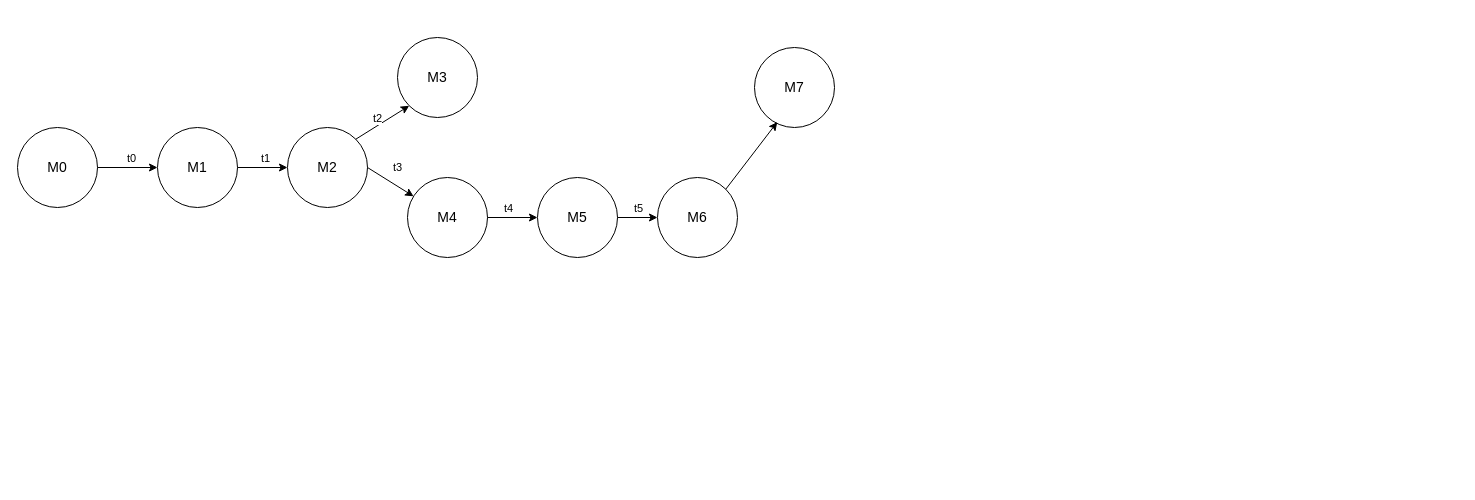
Before: Milestone 2 Erreichbarkeitsgraph.drawio in ALADIN847/ALADIN847, a draw.io diagram. Source tidied: cells renumbered, new cells numbered last; positions are measured from the earlier drawing's top-left corner, leaving out a move shared by most shapes. Both pictures are drawn from the tidied source at 100%, with x=0, y=0 at pixel (17, 37).
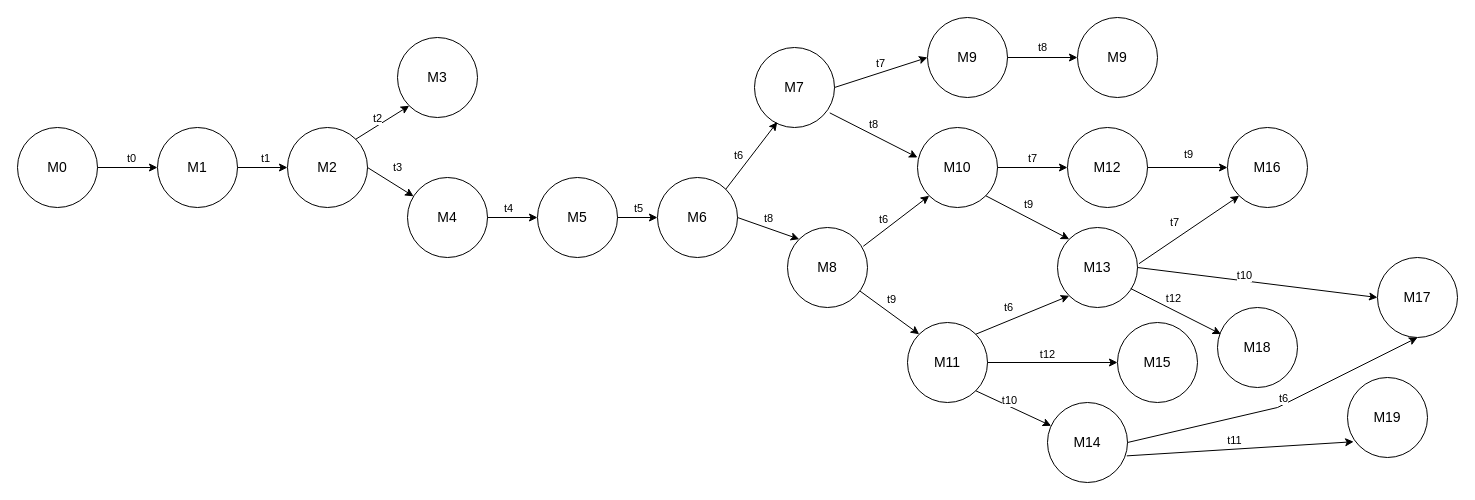
After the change.

Unchanged cells that the change refers to:
```xml
<mxCell id="18" value="&lt;font style=&quot;font-size: 14px;&quot;&gt;M6&lt;/font&gt;" style="ellipse;whiteSpace=wrap;html=1;" parent="1" vertex="1">
  <mxGeometry x="640" y="140" width="80" height="80" as="geometry" />
</mxCell>
<mxCell id="21" value="&lt;font style=&quot;font-size: 14px;&quot;&gt;M7&lt;/font&gt;" style="ellipse;whiteSpace=wrap;html=1;" parent="1" vertex="1">
  <mxGeometry x="737" y="10" width="80" height="80" as="geometry" />
</mxCell>
<mxCell id="22" style="endArrow=classic;html=1;rounded=0;exitX=1;exitY=0;exitDx=0;exitDy=0;entryX=0.284;entryY=0.933;entryDx=0;entryDy=0;entryPerimeter=0;" parent="1" edge="1" source="18" target="21">
  <mxGeometry relative="1" as="geometry" />
</mxCell>
```

Change to the diagram source:
```diff
@@
+    <mxCell id="23" value="t6" style="edgeLabel;html=1;align=center;verticalAlign=middle;" parent="22" vertex="1">
+      <mxGeometry y="2" relative="1" as="geometry">
+        <mxPoint x="-12" as="offset" />
+      </mxGeometry>
+    </mxCell>
+    <mxCell id="24" value="&lt;font style=&quot;font-size: 14px;&quot;&gt;M8&lt;/font&gt;" style="ellipse;whiteSpace=wrap;html=1;" parent="1" vertex="1">
+      <mxGeometry x="770" y="190" width="80" height="80" as="geometry" />
+    </mxCell>
+    <mxCell id="25" style="endArrow=classic;html=1;rounded=0;exitX=1;exitY=0.5;exitDx=0;exitDy=0;entryX=0;entryY=0;entryDx=0;entryDy=0;" parent="1" edge="1" source="18" target="24">
+      <mxGeometry relative="1" as="geometry" />
+    </mxCell>
+    <mxCell id="26" value="t8" style="edgeLabel;html=1;align=center;verticalAlign=middle;" parent="25" vertex="1">
+      <mxGeometry y="2" relative="1" as="geometry">
+        <mxPoint x="-1" y="-9" as="offset" />
+      </mxGeometry>
+    </mxCell>
+    <mxCell id="27" value="&lt;font style=&quot;font-size: 14px;&quot;&gt;M9&lt;/font&gt;" style="ellipse;whiteSpace=wrap;html=1;" parent="1" vertex="1">
+      <mxGeometry x="910" y="-20" width="80" height="80" as="geometry" />
+    </mxCell>
+    <mxCell id="28" style="endArrow=classic;html=1;rounded=0;exitX=1;exitY=0.5;exitDx=0;exitDy=0;entryX=0;entryY=0.5;entryDx=0;entryDy=0;" parent="1" edge="1" source="21" target="27">
+      <mxGeometry relative="1" as="geometry" />
+    </mxCell>
+    <mxCell id="29" value="t7" style="edgeLabel;html=1;align=center;verticalAlign=middle;" parent="28" vertex="1">
+      <mxGeometry x="-0.02" y="1" relative="1" as="geometry">
+        <mxPoint y="-9" as="offset" />
+      </mxGeometry>
+    </mxCell>
+    <mxCell id="30" value="&lt;font style=&quot;font-size: 14px;&quot;&gt;M10&lt;/font&gt;" style="ellipse;whiteSpace=wrap;html=1;" parent="1" vertex="1">
+      <mxGeometry x="900" y="90" width="80" height="80" as="geometry" />
+    </mxCell>
+    <mxCell id="31" style="endArrow=classic;html=1;rounded=0;exitX=0.941;exitY=0.817;exitDx=0;exitDy=0;entryX=0;entryY=0.375;entryDx=0;entryDy=0;exitPerimeter=0;entryPerimeter=0;" parent="1" edge="1" source="21" target="30">
+      <mxGeometry relative="1" as="geometry" />
+    </mxCell>
+    <mxCell id="32" value="t8" style="edgeLabel;html=1;align=center;verticalAlign=middle;" parent="31" vertex="1">
+      <mxGeometry y="2" relative="1" as="geometry">
+        <mxPoint x="-1" y="-9" as="offset" />
+      </mxGeometry>
+    </mxCell>
+    <mxCell id="33" style="endArrow=classic;html=1;rounded=0;exitX=0.947;exitY=0.235;exitDx=0;exitDy=0;entryX=0;entryY=1;entryDx=0;entryDy=0;exitPerimeter=0;" parent="1" edge="1" source="24" target="30">
+      <mxGeometry relative="1" as="geometry" />
+    </mxCell>
+    <mxCell id="34" value="t6" style="edgeLabel;html=1;align=center;verticalAlign=middle;" parent="33" vertex="1">
+      <mxGeometry y="2" relative="1" as="geometry">
+        <mxPoint x="-12" as="offset" />
+      </mxGeometry>
+    </mxCell>
+    <mxCell id="35" value="&lt;font style=&quot;font-size: 14px;&quot;&gt;M11&lt;/font&gt;" style="ellipse;whiteSpace=wrap;html=1;" parent="1" vertex="1">
+      <mxGeometry x="890" y="285" width="80" height="80" as="geometry" />
+    </mxCell>
+    <mxCell id="36" style="endArrow=classic;html=1;rounded=0;entryX=0;entryY=0;entryDx=0;entryDy=0;" parent="1" edge="1" source="24" target="35">
+      <mxGeometry relative="1" as="geometry" />
+    </mxCell>
+    <mxCell id="37" value="t9" style="edgeLabel;html=1;align=center;verticalAlign=middle;" parent="36" vertex="1">
+      <mxGeometry y="2" relative="1" as="geometry">
+        <mxPoint y="-12" as="offset" />
+      </mxGeometry>
+    </mxCell>
+    <mxCell id="38" value="&lt;font style=&quot;font-size: 14px;&quot;&gt;M9&lt;/font&gt;" style="ellipse;whiteSpace=wrap;html=1;" parent="1" vertex="1">
+      <mxGeometry x="1060" y="-20" width="80" height="80" as="geometry" />
+    </mxCell>
+    <mxCell id="39" style="endArrow=classic;html=1;rounded=0;exitX=1;exitY=0.5;exitDx=0;exitDy=0;entryX=0;entryY=0.5;entryDx=0;entryDy=0;" parent="1" edge="1" source="27" target="38">
+      <mxGeometry relative="1" as="geometry" />
+    </mxCell>
+    <mxCell id="40" value="t8" style="edgeLabel;html=1;align=center;verticalAlign=middle;" parent="39" vertex="1">
+      <mxGeometry y="2" relative="1" as="geometry">
+        <mxPoint x="-1" y="-9" as="offset" />
+      </mxGeometry>
+    </mxCell>
+    <mxCell id="41" value="&lt;font style=&quot;font-size: 14px;&quot;&gt;M12&lt;/font&gt;" style="ellipse;whiteSpace=wrap;html=1;" parent="1" vertex="1">
+      <mxGeometry x="1050" y="90" width="80" height="80" as="geometry" />
+    </mxCell>
+    <mxCell id="42" style="endArrow=classic;html=1;rounded=0;exitX=1;exitY=0.5;exitDx=0;exitDy=0;entryX=0;entryY=0.5;entryDx=0;entryDy=0;" parent="1" edge="1" source="30" target="41">
+      <mxGeometry relative="1" as="geometry" />
+    </mxCell>
+    <mxCell id="43" value="t7" style="edgeLabel;html=1;align=center;verticalAlign=middle;" parent="42" vertex="1">
+      <mxGeometry x="-0.02" y="1" relative="1" as="geometry">
+        <mxPoint y="-9" as="offset" />
+      </mxGeometry>
+    </mxCell>
+    <mxCell id="44" value="&lt;font style=&quot;font-size: 14px;&quot;&gt;M13&lt;/font&gt;" style="ellipse;whiteSpace=wrap;html=1;" parent="1" vertex="1">
+      <mxGeometry x="1040" y="190" width="80" height="80" as="geometry" />
+    </mxCell>
+    <mxCell id="45" style="endArrow=classic;html=1;rounded=0;entryX=0;entryY=0;entryDx=0;entryDy=0;exitX=1;exitY=1;exitDx=0;exitDy=0;" parent="1" edge="1" source="30" target="44">
+      <mxGeometry relative="1" as="geometry" />
+    </mxCell>
+    <mxCell id="46" value="t9" style="edgeLabel;html=1;align=center;verticalAlign=middle;" parent="45" vertex="1">
+      <mxGeometry y="2" relative="1" as="geometry">
+        <mxPoint y="-12" as="offset" />
+      </mxGeometry>
+    </mxCell>
+    <mxCell id="47" style="endArrow=classic;html=1;rounded=0;exitX=1;exitY=0;exitDx=0;exitDy=0;entryX=0;entryY=1;entryDx=0;entryDy=0;" parent="1" edge="1" source="35" target="44">
+      <mxGeometry relative="1" as="geometry" />
+    </mxCell>
+    <mxCell id="48" value="t6" style="edgeLabel;html=1;align=center;verticalAlign=middle;" parent="47" vertex="1">
+      <mxGeometry y="2" relative="1" as="geometry">
+        <mxPoint x="-14" y="-6" as="offset" />
+      </mxGeometry>
+    </mxCell>
+    <mxCell id="49" value="&lt;font style=&quot;font-size: 14px;&quot;&gt;M14&lt;/font&gt;" style="ellipse;whiteSpace=wrap;html=1;" parent="1" vertex="1">
+      <mxGeometry x="1030" y="365" width="80" height="80" as="geometry" />
+    </mxCell>
+    <mxCell id="50" style="endArrow=classic;html=1;rounded=0;exitX=1;exitY=1;exitDx=0;exitDy=0;" parent="1" edge="1" source="35" target="49">
+      <mxGeometry relative="1" as="geometry" />
+    </mxCell>
+    <mxCell id="51" value="t10" style="edgeLabel;html=1;align=center;verticalAlign=middle;" parent="50" vertex="1">
+      <mxGeometry y="2" relative="1" as="geometry">
+        <mxPoint x="-6" y="-7" as="offset" />
+      </mxGeometry>
+    </mxCell>
+    <mxCell id="52" value="&lt;font style=&quot;font-size: 14px;&quot;&gt;M15&lt;/font&gt;" style="ellipse;whiteSpace=wrap;html=1;" parent="1" vertex="1">
+      <mxGeometry x="1100" y="285" width="80" height="80" as="geometry" />
+    </mxCell>
+    <mxCell id="53" style="endArrow=classic;html=1;rounded=0;exitX=1;exitY=0.5;exitDx=0;exitDy=0;entryX=0;entryY=0.5;entryDx=0;entryDy=0;" parent="1" edge="1" source="35" target="52">
+      <mxGeometry relative="1" as="geometry" />
+    </mxCell>
+    <mxCell id="54" value="t12" style="edgeLabel;html=1;align=center;verticalAlign=middle;" parent="53" vertex="1">
+      <mxGeometry y="2" relative="1" as="geometry">
+        <mxPoint x="-6" y="-7" as="offset" />
+      </mxGeometry>
+    </mxCell>
+    <mxCell id="55" value="&lt;font style=&quot;font-size: 14px;&quot;&gt;M16&lt;/font&gt;" style="ellipse;whiteSpace=wrap;html=1;" parent="1" vertex="1">
+      <mxGeometry x="1210" y="90" width="80" height="80" as="geometry" />
+    </mxCell>
+    <mxCell id="56" style="endArrow=classic;html=1;rounded=0;exitX=1;exitY=0.5;exitDx=0;exitDy=0;" parent="1" edge="1" source="41" target="55">
+      <mxGeometry relative="1" as="geometry" />
+    </mxCell>
+    <mxCell id="57" value="t9" style="edgeLabel;html=1;align=center;verticalAlign=middle;" parent="56" vertex="1">
+      <mxGeometry y="2" relative="1" as="geometry">
+        <mxPoint y="-12" as="offset" />
+      </mxGeometry>
+    </mxCell>
+    <mxCell id="58" style="endArrow=classic;html=1;rounded=0;exitX=1.019;exitY=0.452;exitDx=0;exitDy=0;entryX=0;entryY=1;entryDx=0;entryDy=0;exitPerimeter=0;" parent="1" edge="1" source="44" target="55">
+      <mxGeometry relative="1" as="geometry" />
+    </mxCell>
+    <mxCell id="59" value="t7" style="edgeLabel;html=1;align=center;verticalAlign=middle;" parent="58" vertex="1">
+      <mxGeometry y="2" relative="1" as="geometry">
+        <mxPoint x="-14" y="-6" as="offset" />
+      </mxGeometry>
+    </mxCell>
+    <mxCell id="60" value="&lt;font style=&quot;font-size: 14px;&quot;&gt;M17&lt;/font&gt;" style="ellipse;whiteSpace=wrap;html=1;" parent="1" vertex="1">
+      <mxGeometry x="1360" y="220" width="80" height="80" as="geometry" />
+    </mxCell>
+    <mxCell id="61" value="&lt;font style=&quot;font-size: 14px;&quot;&gt;M18&lt;/font&gt;" style="ellipse;whiteSpace=wrap;html=1;" parent="1" vertex="1">
+      <mxGeometry x="1200" y="270" width="80" height="80" as="geometry" />
+    </mxCell>
+    <mxCell id="62" style="endArrow=classic;html=1;rounded=0;exitX=1;exitY=0.5;exitDx=0;exitDy=0;entryX=0;entryY=0.5;entryDx=0;entryDy=0;" parent="1" edge="1" source="44" target="60">
+      <mxGeometry relative="1" as="geometry" />
+    </mxCell>
+    <mxCell id="63" value="t10" style="edgeLabel;html=1;align=center;verticalAlign=middle;" parent="62" vertex="1">
+      <mxGeometry y="2" relative="1" as="geometry">
+        <mxPoint x="-14" y="-6" as="offset" />
+      </mxGeometry>
+    </mxCell>
+    <mxCell id="64" style="endArrow=classic;html=1;rounded=0;exitX=0.915;exitY=0.763;exitDx=0;exitDy=0;exitPerimeter=0;entryX=0.043;entryY=0.332;entryDx=0;entryDy=0;entryPerimeter=0;" parent="1" edge="1" source="44" target="61">
+      <mxGeometry relative="1" as="geometry" />
+    </mxCell>
+    <mxCell id="65" value="t12" style="edgeLabel;html=1;align=center;verticalAlign=middle;" parent="64" vertex="1">
+      <mxGeometry y="2" relative="1" as="geometry">
+        <mxPoint x="-4" y="-12" as="offset" />
+      </mxGeometry>
+    </mxCell>
+    <mxCell id="66" style="endArrow=classic;html=1;rounded=0;exitX=1;exitY=0.5;exitDx=0;exitDy=0;entryX=0.5;entryY=1;entryDx=0;entryDy=0;" parent="1" edge="1" source="49" target="60">
+      <mxGeometry relative="1" as="geometry">
+        <Array as="points">
+          <mxPoint x="1260" y="370" />
+        </Array>
+      </mxGeometry>
+    </mxCell>
+    <mxCell id="67" value="t6" style="edgeLabel;html=1;align=center;verticalAlign=middle;" parent="66" vertex="1">
+      <mxGeometry x="0.03" y="-1" relative="1" as="geometry">
+        <mxPoint y="-8" as="offset" />
+      </mxGeometry>
+    </mxCell>
+    <mxCell id="68" value="&lt;font style=&quot;font-size: 14px;&quot;&gt;M19&lt;/font&gt;" style="ellipse;whiteSpace=wrap;html=1;" parent="1" vertex="1">
+      <mxGeometry x="1330" y="340" width="80" height="80" as="geometry" />
+    </mxCell>
+    <mxCell id="69" style="endArrow=classic;html=1;rounded=0;exitX=0.991;exitY=0.667;exitDx=0;exitDy=0;entryX=0.077;entryY=0.803;entryDx=0;entryDy=0;exitPerimeter=0;entryPerimeter=0;" parent="1" edge="1" source="49" target="68">
+      <mxGeometry relative="1" as="geometry" />
+    </mxCell>
+    <mxCell id="70" value="t11" style="edgeLabel;html=1;align=center;verticalAlign=middle;" parent="69" vertex="1">
+      <mxGeometry y="2" relative="1" as="geometry">
+        <mxPoint x="-6" y="-7" as="offset" />
+      </mxGeometry>
+    </mxCell>
```
